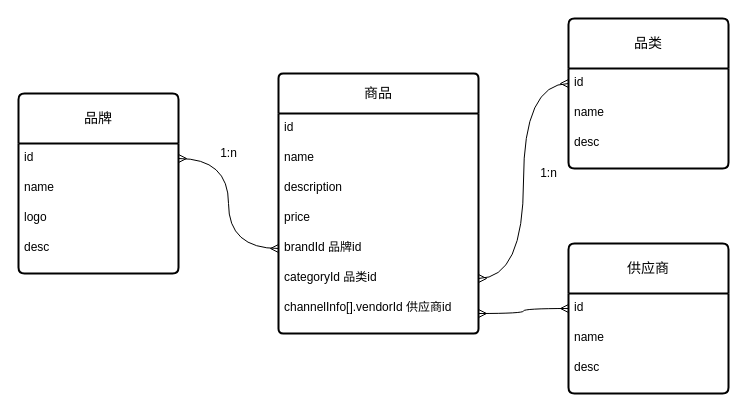
The draw.io diagram mars商品模型.drawio in jichuanwang/learning, before the edit. Source tidied: cells renumbered, new cells numbered last; positions are measured from the earlier drawing's top-left corner, leaving out a move shared by most shapes. Both pictures are drawn from the tidied source at 100%, with x=0, y=0 at pixel (18, 18).
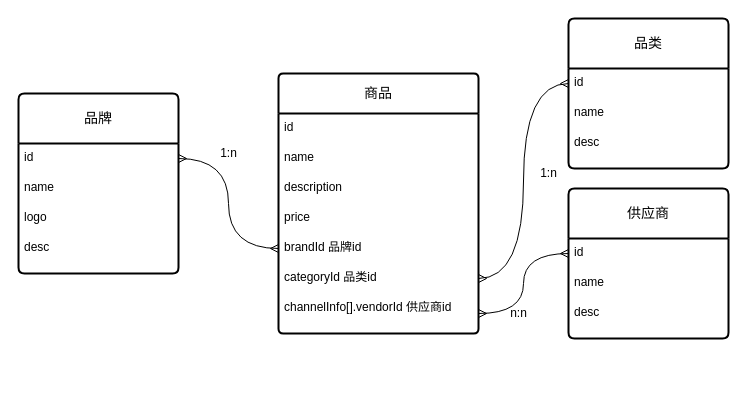
The same page after the edit.

Commit message (it also covers changes not shown here):
更新mars商品模型.drawio

What changed in the source:
```diff
@@
     <mxCell id="24" value="供应商" style="swimlane;horizontal=1;startSize=50;rounded=1;fontSize=14;fontStyle=0;strokeWidth=2;shadow=0;dashed=0;align=center;arcSize=4;whiteSpace=wrap;html=1;" parent="1" vertex="1">
-      <mxGeometry x="550" y="225" width="160" height="150" as="geometry" />
+      <mxGeometry x="550" y="170" width="160" height="150" as="geometry" />
     </mxCell>
@@
+    <mxCell id="29" value="n:n" style="text;html=1;align=center;verticalAlign=middle;strokeColor=none;fillColor=none;" parent="1" vertex="1">
+      <mxGeometry x="480" y="280" width="40" height="30" as="geometry" />
+    </mxCell>
```
